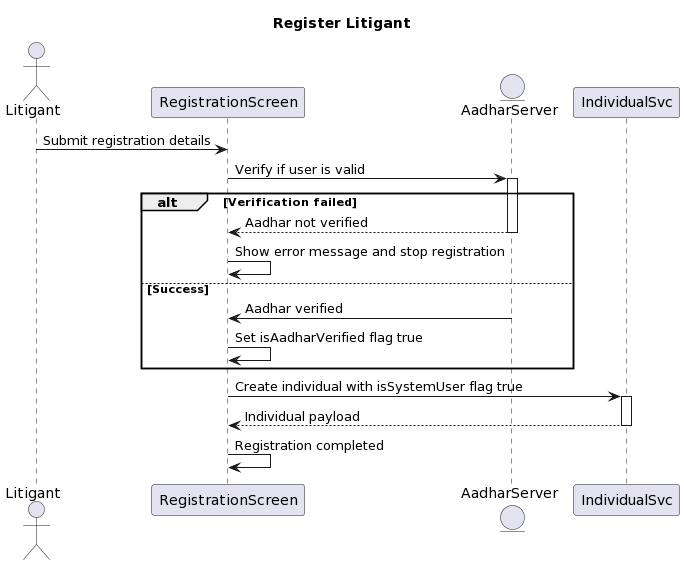
Above: docs/Advocate/SequenceDiagrams/Litigant-Create-Flow.png in pucardotorg/dristi (PlantUML), before the change. The source it was exported from:
```plantuml
@startuml
title Register Litigant
Actor Litigant as User
participant RegistrationScreen as UI
Entity AadharServer as Aadhar
participant IndividualSvc as I
User -> UI : Submit registration details
UI -> Aadhar ++: Verify if user is valid
alt Verification failed
  return Aadhar not verified
  UI -> UI: Show error message and stop registration
else Success
  Aadhar -> UI: Aadhar verified
  UI -> UI: Set isAadharVerified flag true
end
UI -> I ++: Create individual with isSystemUser flag true
return Individual payload
UI -> UI: Registration completed
@enduml
```
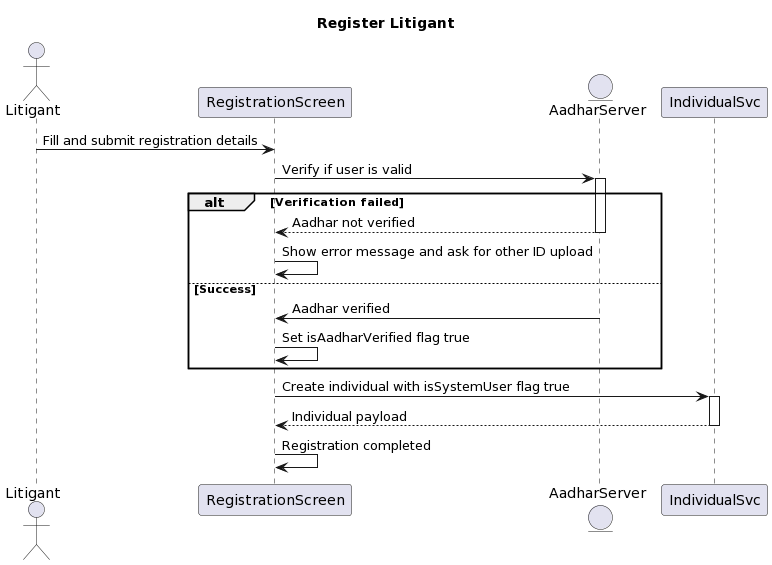
After the change.

What changed in the source:
```diff
@@ -4,11 +4,11 @@
 participant RegistrationScreen as UI
 Entity AadharServer as Aadhar
 participant IndividualSvc as I
-User -> UI : Submit registration details
+User -> UI : Fill and submit registration details
 UI -> Aadhar ++: Verify if user is valid
 alt Verification failed
   return Aadhar not verified
-  UI -> UI: Show error message and stop registration
+  UI -> UI: Show error message and ask for other ID upload
 else Success
   Aadhar -> UI: Aadhar verified
   UI -> UI: Set isAadharVerified flag true
```
